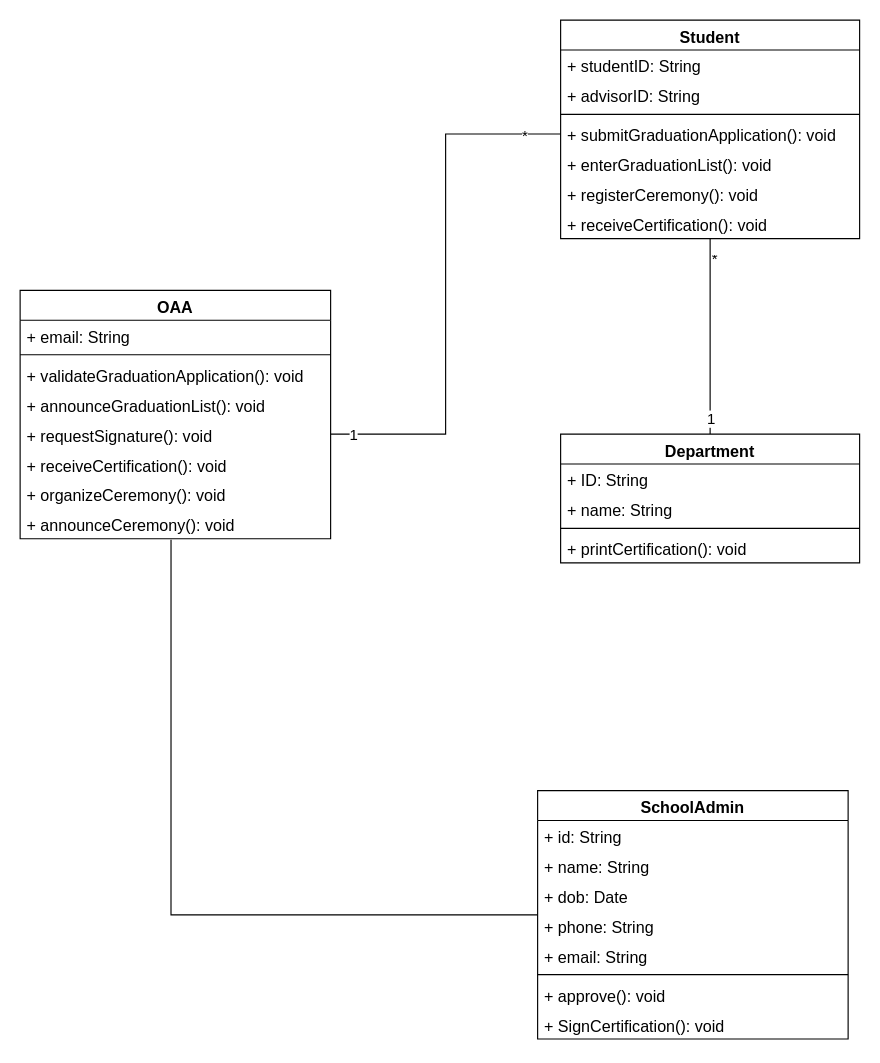
This is Lab 6/Topic 3_Graduation Application.drawio from JavaKhangNguyen/LabOOAD, a draw.io file, before an edit. Source tidied: cells renumbered, new cells numbered last; positions are measured from the earlier drawing's top-left corner, leaving out a move shared by most shapes. Both pictures are drawn from the tidied source at 115%, with x=0, y=0 at pixel (20, 20).
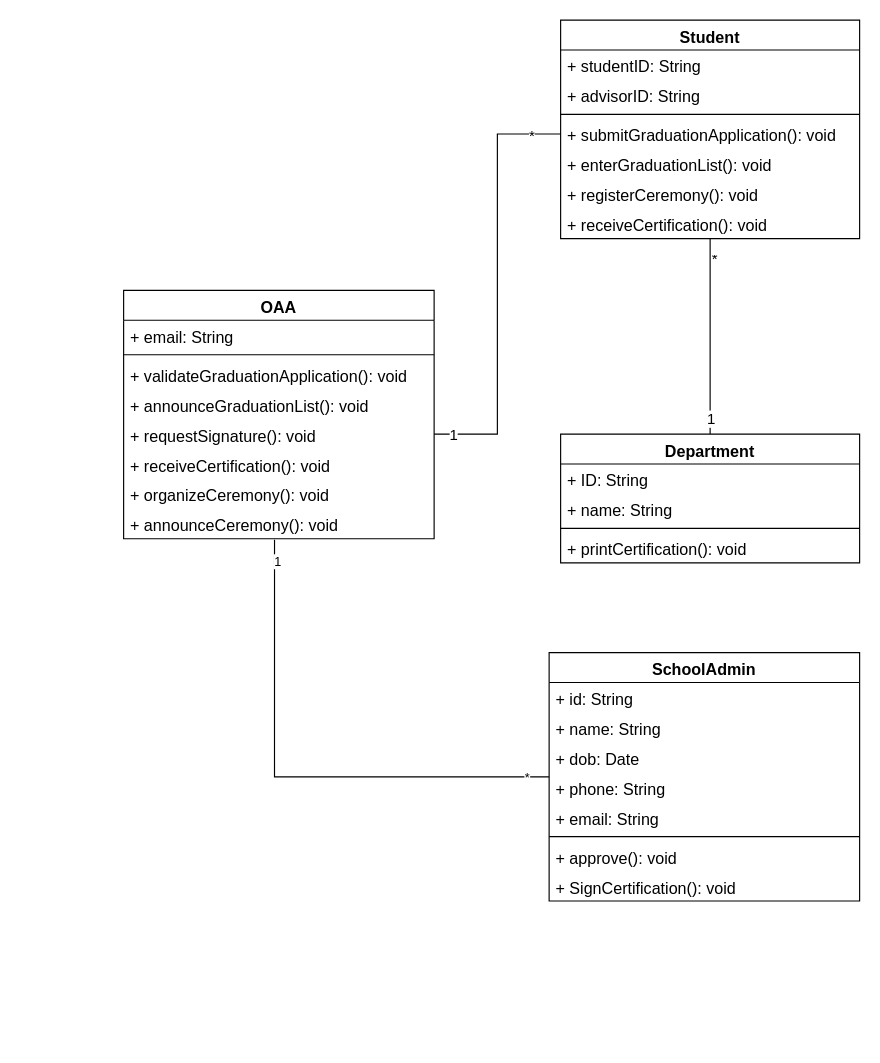
The same diagram, later.

Unchanged cells that the change refers to:
```xml
<mxCell id="27" style="edgeStyle=orthogonalEdgeStyle;rounded=0;jettySize=auto;html=1;exitX=0;exitY=0.5;exitDx=0;exitDy=0;entryX=0.486;entryY=1.031;entryDx=0;entryDy=0;entryPerimeter=0;fontSize=13;endArrow=none;endFill=0;" parent="1" edge="1" source="28" target="21">
  <mxGeometry relative="1" as="geometry" />
</mxCell>
```

Change to the diagram source:
```diff
@@
     <mxCell id="13" value="OAA" style="swimlane;fontStyle=1;align=center;verticalAlign=top;horizontal=1;startSize=26;fontSize=14;" parent="1" vertex="1">
-      <mxGeometry y="235" width="270" height="216" as="geometry" />
+      <mxGeometry x="90" y="235" width="270" height="216" as="geometry" />
     </mxCell>
@@
+    <mxCell id="40" value="*" style="edgeLabel;html=1;align=center;verticalAlign=middle;" parent="27" vertex="1">
+      <mxGeometry x="-0.91" relative="1" as="geometry" />
+    </mxCell>
+    <mxCell id="41" value="1" style="edgeLabel;html=1;align=center;verticalAlign=middle;" parent="27" vertex="1">
+      <mxGeometry x="0.91" y="-2" relative="1" as="geometry">
+        <mxPoint y="-1" as="offset" />
+      </mxGeometry>
+    </mxCell>
     <mxCell id="28" value="SchoolAdmin" style="swimlane;fontStyle=1;align=center;verticalAlign=top;horizontal=1;startSize=26;fontSize=14;" parent="1" vertex="1">
-      <mxGeometry x="450" y="670" width="270" height="216" as="geometry" />
+      <mxGeometry x="460" y="550" width="270" height="216" as="geometry" />
     </mxCell>
```
